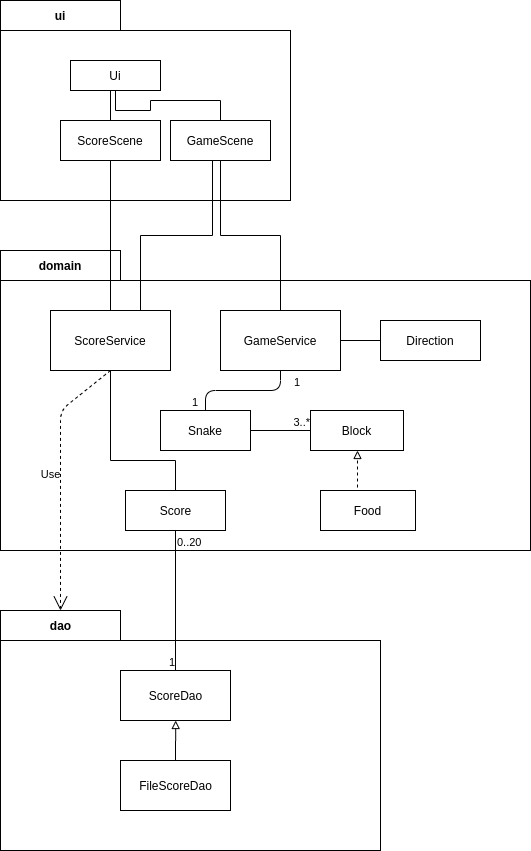
Before: dokumentaatio/kuvat/package.png, a diagram exported from draw.io (anadis504/ot-harjoitustyo). Source tidied: cells renumbered, new cells last; positions are measured from the earlier drawing's top-left corner, leaving out a move shared by most shapes.
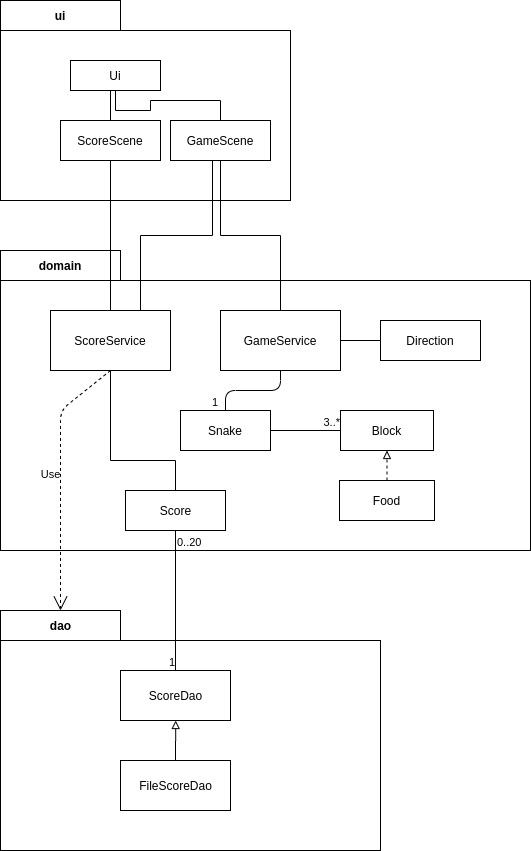
After the commit.

Diff of the diagram source:
```diff
@@ -30,20 +30,16 @@
       <mxGeometry y="250" width="120" height="30" as="geometry" />
     </mxCell>
     <mxCell id="11" value="Block" style="rounded=0;whiteSpace=wrap;html=1;" parent="1" vertex="1">
-      <mxGeometry x="310" y="410" width="93" height="40" as="geometry" />
+      <mxGeometry x="340" y="410" width="93" height="40" as="geometry" />
     </mxCell>
-    <mxCell id="12" style="edgeStyle=orthogonalEdgeStyle;rounded=0;jettySize=auto;html=1;exitX=0;exitY=0.5;exitDx=0;exitDy=0;endArrow=block;endFill=0;dashed=1;" parent="1" edge="1" source="13" target="11">
-      <mxGeometry relative="1" as="geometry">
-        <Array as="points">
-          <mxPoint x="357" y="510" />
-        </Array>
-      </mxGeometry>
+    <mxCell id="12" style="edgeStyle=orthogonalEdgeStyle;rounded=0;jettySize=auto;html=1;exitX=0.5;exitY=0;exitDx=0;exitDy=0;entryX=0.5;entryY=1;entryDx=0;entryDy=0;dashed=1;endArrow=block;endFill=0;" parent="1" edge="1" source="13" target="11">
+      <mxGeometry relative="1" as="geometry" />
     </mxCell>
     <mxCell id="13" value="Food" style="rounded=0;whiteSpace=wrap;html=1;" parent="1" vertex="1">
-      <mxGeometry x="320" y="490" width="95" height="40" as="geometry" />
+      <mxGeometry x="339" y="480" width="95" height="40" as="geometry" />
     </mxCell>
     <mxCell id="14" value="Snake" style="rounded=0;whiteSpace=wrap;html=1;" parent="1" vertex="1">
-      <mxGeometry x="160" y="410" width="90" height="40" as="geometry" />
+      <mxGeometry x="180" y="410" width="90" height="40" as="geometry" />
     </mxCell>
     <mxCell id="15" value="Direction" style="rounded=0;whiteSpace=wrap;html=1;" parent="1" vertex="1">
       <mxGeometry x="380" y="320" width="100" height="40" as="geometry" />
@@ -83,7 +79,7 @@
     </mxCell>
     <mxCell id="24" value="3..*" style="edgeLabel;html=1;align=right;verticalAlign=bottom;" parent="23" vertex="1">
       <mxGeometry x="1" relative="1" as="geometry">
-        <mxPoint y="150" as="offset" />
+        <mxPoint x="30" y="150" as="offset" />
       </mxGeometry>
     </mxCell>
     <mxCell id="25" style="edgeStyle=orthogonalEdgeStyle;rounded=0;jettySize=auto;html=1;exitX=0.5;exitY=0;exitDx=0;exitDy=0;endArrow=none;endFill=0;" parent="1" edge="1" source="26" target="21">
@@ -138,10 +134,5 @@
         <mxPoint x="-15" as="offset" />
       </mxGeometry>
     </mxCell>
-    <mxCell id="38" value="1" style="edgeLabel;html=1;align=right;verticalAlign=bottom;" parent="36" vertex="1">
-      <mxGeometry x="1" relative="1" as="geometry">
-        <mxPoint x="20" y="20" as="offset" />
-      </mxGeometry>
-    </mxCell>
   </root>
 </mxGraphModel>
```
